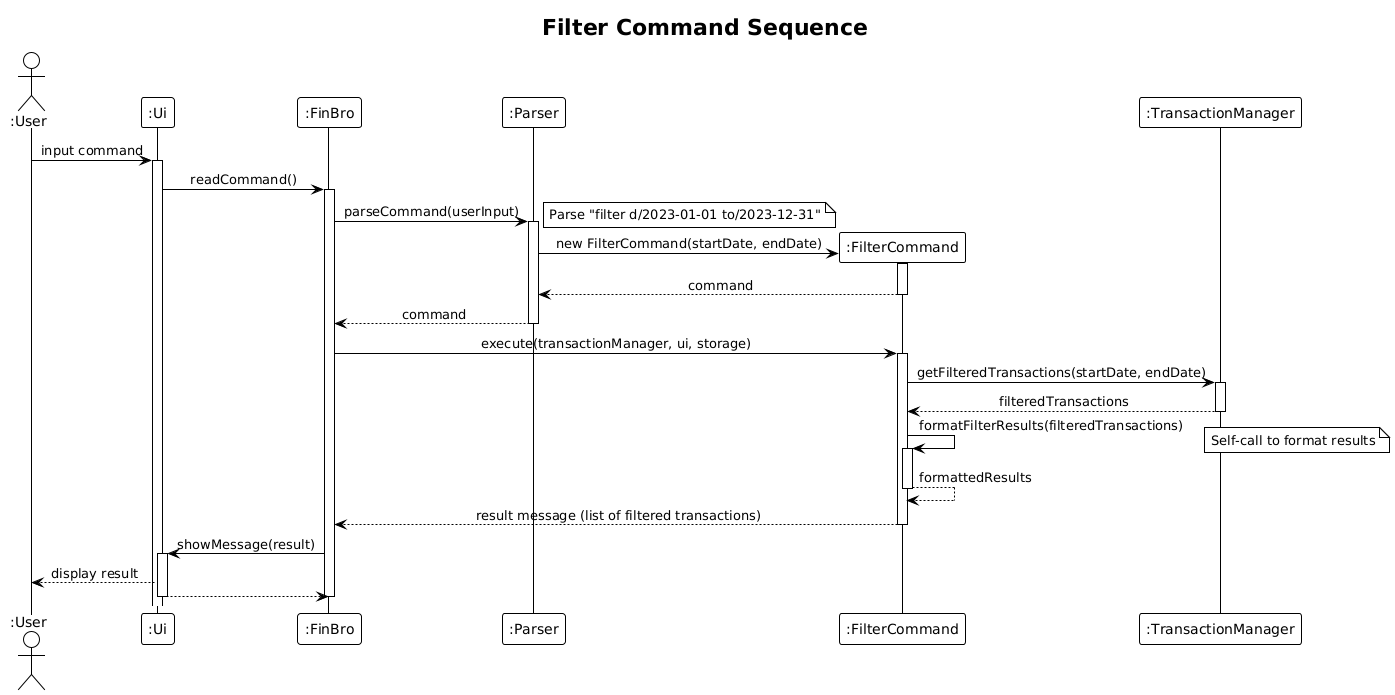
Above: docs/img/puml/sequence-filter.png in laitcanard05/tp (PlantUML), before the change. Its source is kept beside it as docs/diagrams/puml/sequence/sequence-filter.puml.
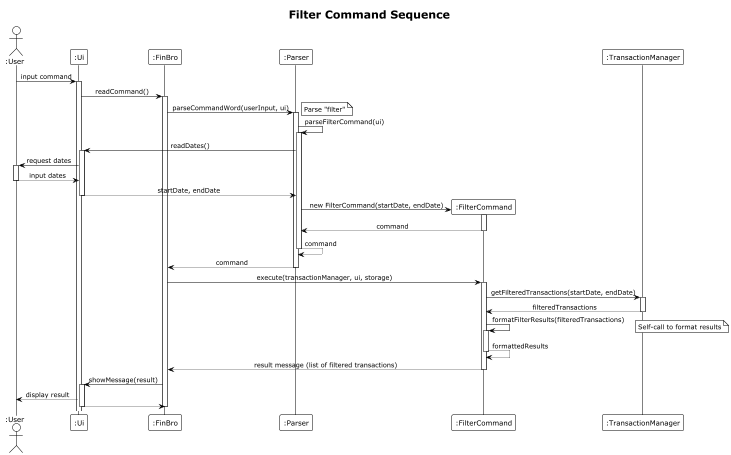
The same diagram one commit later.

Change to the diagram source:
```diff
@@ -18,15 +18,28 @@
 UI -> FinBro : readCommand()
 activate FinBro
 
-FinBro -> Parser : parseCommand(userInput)
+FinBro -> Parser : parseCommandWord(userInput, ui)
 activate Parser
-note right: Parse "filter d/2023-01-01 to/2023-12-31"
+note right: Parse "filter"
+
+Parser -> Parser : parseFilterCommand(ui)
+activate Parser
+Parser -> UI : readDates()
+activate UI
+UI -> User : request dates
+activate User
+User --> UI : input dates
+deactivate User
+UI --> Parser : startDate, endDate
+deactivate UI
 
 create FilterCommand
 Parser -> FilterCommand : new FilterCommand(startDate, endDate)
 activate FilterCommand
 FilterCommand --> Parser : command
 deactivate FilterCommand
+Parser --> Parser : command
+deactivate Parser
 Parser --> FinBro : command
 deactivate Parser
 
```
